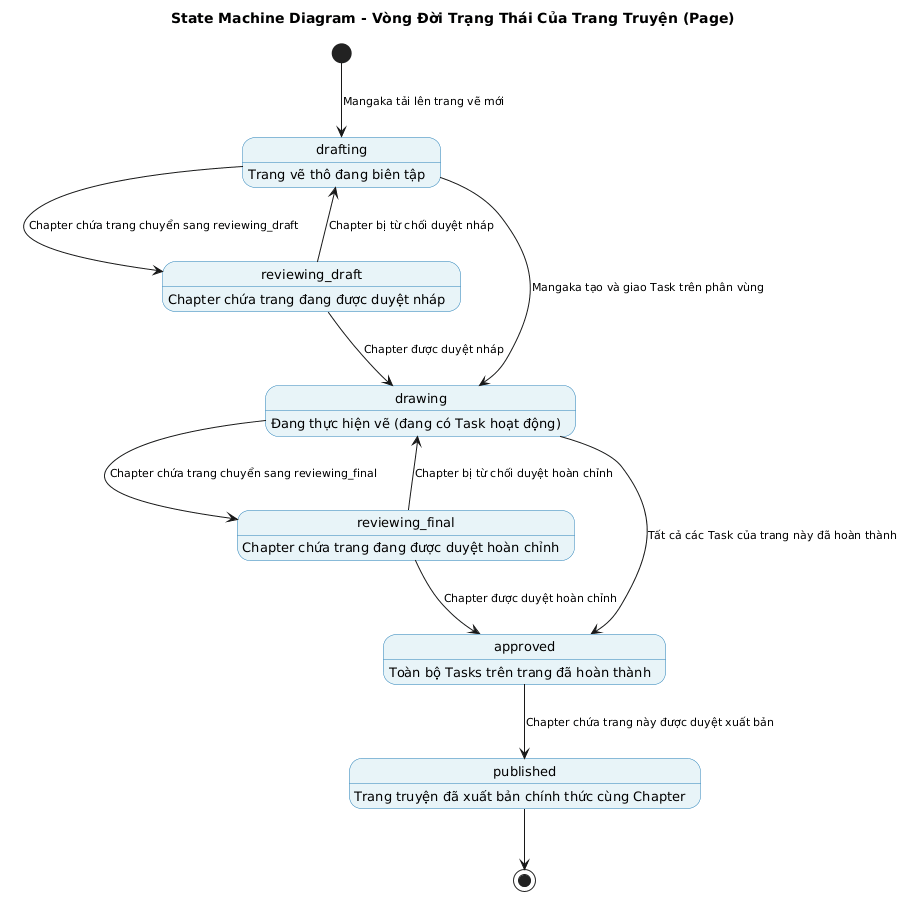
Above: assets/diagrams/Chapter3_IMAGE/State_Machine_Page.png in trongtan0079/manga-workflow-report (PlantUML), before the change.
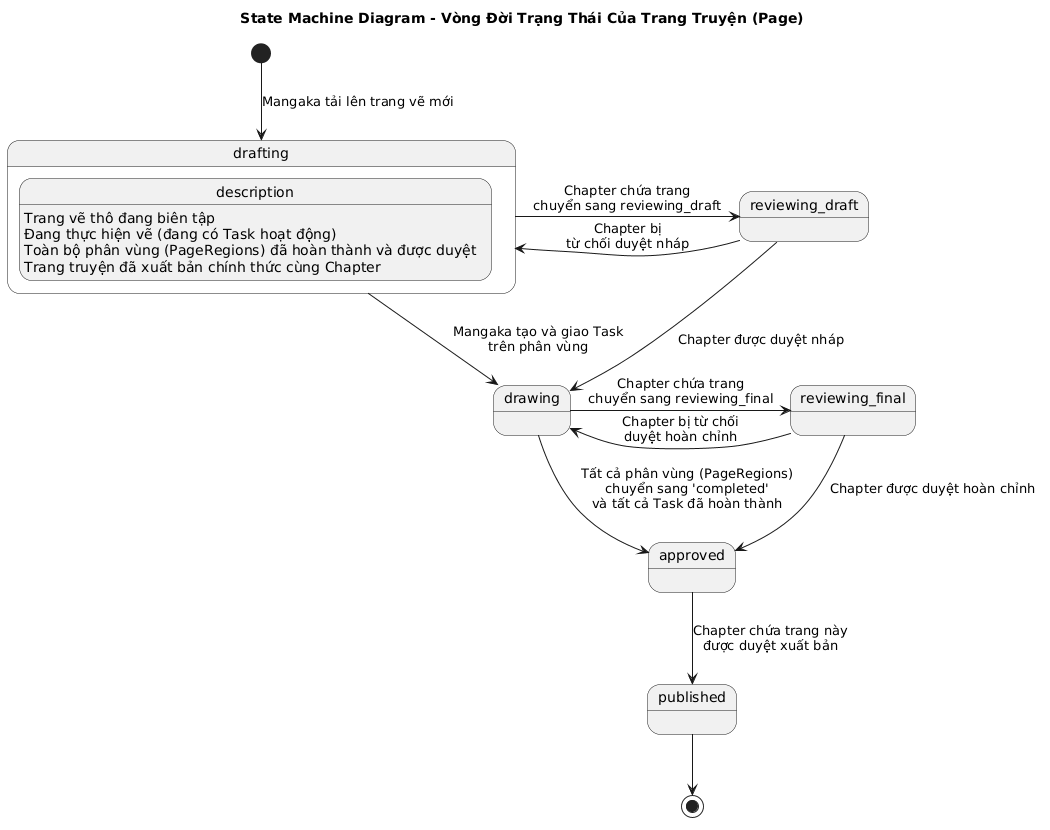
After the commit.

What changed in the source:
```diff
@@ -3,35 +3,36 @@
 
 skinparam backgroundColor white
 skinparam shadowing false
-skinparam state {
-    BackgroundColor #E8F4F8
-    BorderColor #2980B9
-    FontSize 13
-}
-skinparam ArrowFontSize 11
 
 [*] --> drafting : Mangaka tải lên trang vẽ mới
 
-drafting : Trang vẽ thô đang biên tập
-reviewing_draft : Chapter chứa trang đang được duyệt nháp
-drawing : Đang thực hiện vẽ (đang có Task hoạt động)
-reviewing_final : Chapter chứa trang đang được duyệt hoàn chỉnh
-approved : Toàn bộ Tasks trên trang đã hoàn thành
-published : Trang truyện đã xuất bản chính thức cùng Chapter
+state drafting {
+    description : Trang vẽ thô đang biên tập
+}
 
-drafting --> reviewing_draft : Chapter chứa trang chuyển sang reviewing_draft
-reviewing_draft --> drafting : Chapter bị từ chối duyệt nháp
-reviewing_draft --> drawing : Chapter được duyệt nháp
+state drawing {
+    description : Đang thực hiện vẽ (đang có Task hoạt động)
+}
 
-drafting --> drawing : Mangaka tạo và giao Task trên phân vùng
+state approved {
+    description : Toàn bộ phân vùng (PageRegions) đã hoàn thành và được duyệt
+}
 
-drawing --> reviewing_final : Chapter chứa trang chuyển sang reviewing_final
-reviewing_final --> drawing : Chapter bị từ chối duyệt hoàn chỉnh
+state published {
+    description : Trang truyện đã xuất bản chính thức cùng Chapter
+}
 
-drawing --> approved : Tất cả các Task của trang này đã hoàn thành
-reviewing_final --> approved : Chapter được duyệt hoàn chỉnh
+drafting -down-> drawing : Mangaka tạo và giao Task\ntrên phân vùng
+drafting -right-> reviewing_draft : Chapter chứa trang\nchuyển sang reviewing_draft
+reviewing_draft -left-> drafting : Chapter bị\ntừ chối duyệt nháp
+reviewing_draft -down-> drawing : Chapter được duyệt nháp
+drawing -right-> reviewing_final : Chapter chứa trang\nchuyển sang reviewing_final
+reviewing_final -left-> drawing : Chapter bị từ chối\nduyệt hoàn chỉnh
 
-approved --> published : Chapter chứa trang này được duyệt xuất bản
+drawing -down-> approved : Tất cả phân vùng (PageRegions)\nchuyển sang 'completed'\nvà tất cả Task đã hoàn thành
+reviewing_final -down-> approved : Chapter được duyệt hoàn chỉnh
 
-published --> [*]
+approved -down-> published : Chapter chứa trang này\nđược duyệt xuất bản
+
+published -down-> [*]
 @enduml
```
